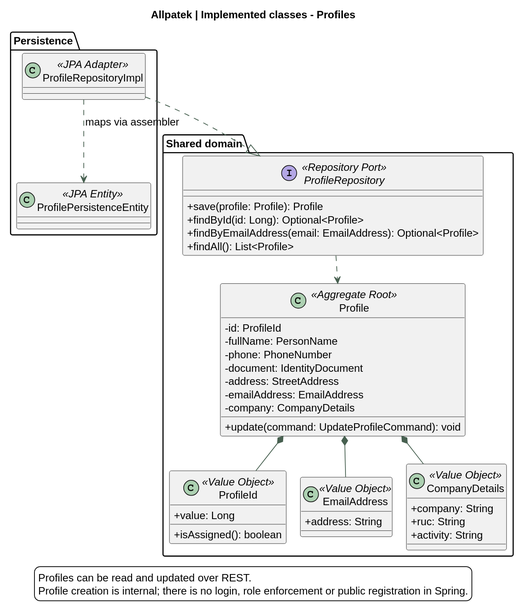
The PlantUML diagram assets/chapter-04/architecture/08-classes-users.svg in upc-pre-202620-1asi0729-7753-Terranova/allpatek-report, before a commit.
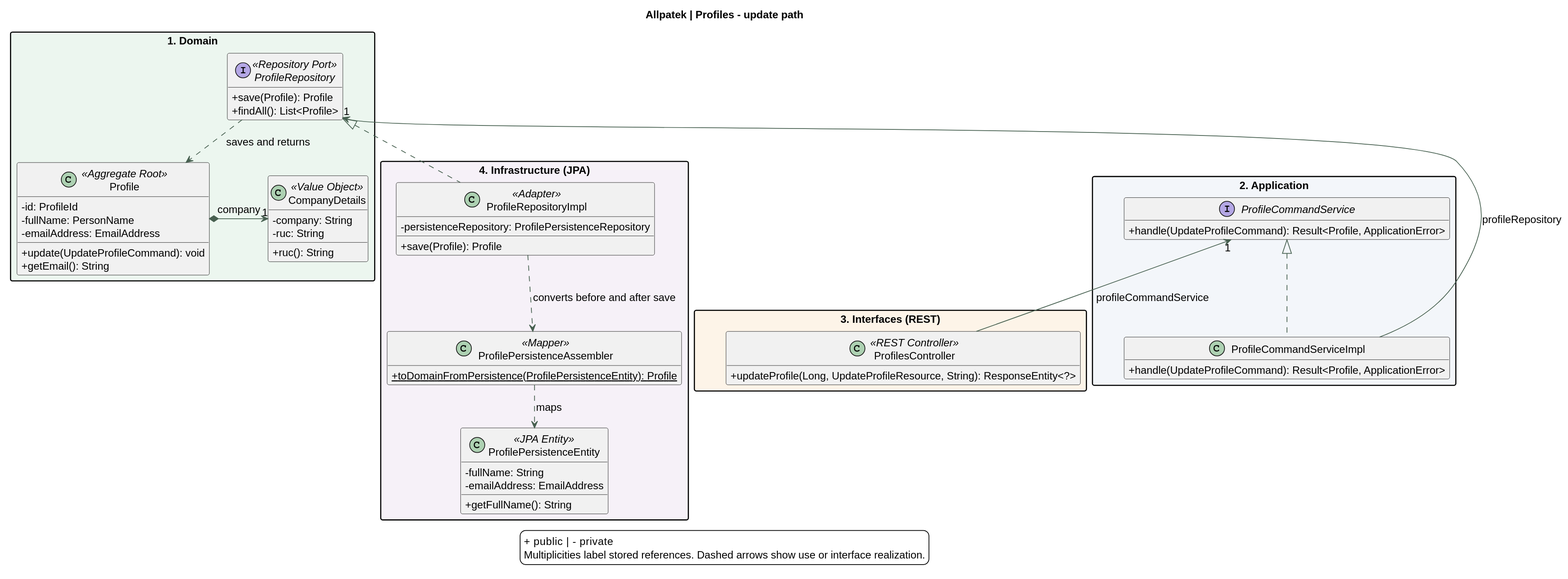
After the change.

Commit message:
docs(uml): trace profiles classes across the API and webapp

The edit, as a diff of the source:
```diff
@@ -6,60 +6,70 @@
 skinparam shadowing false
 skinparam classAttributeIconSize 0
 skinparam ArrowColor #476050
+skinparam packageStyle rectangle
 skinparam dpi 140
-title Allpatek | Implemented classes - Profiles
+hide empty members
 top to bottom direction
+title Allpatek | Profiles - update path
 
-package "Shared domain" {
+package "1. Domain" as Domain #ECF6EF {
   class Profile <<Aggregate Root>> {
     -id: ProfileId
     -fullName: PersonName
-    -phone: PhoneNumber
-    -document: IdentityDocument
-    -address: StreetAddress
     -emailAddress: EmailAddress
-    -company: CompanyDetails
-    +update(command: UpdateProfileCommand): void
+    +update(UpdateProfileCommand): void
+    +getEmail(): String
   }
-
-  class ProfileId <<Value Object>> {
-    +value: Long
-    +isAssigned(): boolean
+  class CompanyDetails <<Value Object>> {
+    -company: String
+    -ruc: String
+    +ruc(): String
   }
-
-  class EmailAddress <<Value Object>> {
-    +address: String
-  }
-
-  class CompanyDetails <<Value Object>> {
-    +company: String
-    +ruc: String
-    +activity: String
-  }
-
   interface ProfileRepository <<Repository Port>> {
-    +save(profile: Profile): Profile
-    +findById(id: Long): Optional<Profile>
-    +findByEmailAddress(email: EmailAddress): Optional<Profile>
+    +save(Profile): Profile
     +findAll(): List<Profile>
   }
-
-  Profile *-- ProfileId
-  Profile *-- EmailAddress
-  Profile *-- CompanyDetails
-  ProfileRepository ..> Profile
+  Profile *-right-> "1" CompanyDetails : company
+  ProfileRepository ..> Profile : saves and returns
 }
-
-package "Persistence" {
-  class ProfileRepositoryImpl <<JPA Adapter>>
-  class ProfilePersistenceEntity <<JPA Entity>>
-
-  ProfileRepositoryImpl ..> ProfilePersistenceEntity : maps via assembler
+package "2. Application" as Application #F3F6FA {
+  interface ProfileCommandService {
+    +handle(UpdateProfileCommand): Result<Profile, ApplicationError>
+  }
+  class ProfileCommandServiceImpl {
+    +handle(UpdateProfileCommand): Result<Profile, ApplicationError>
+  }
+  ProfileCommandService <|.. ProfileCommandServiceImpl
 }
-ProfileRepositoryImpl ..|> ProfileRepository
+package "3. Interfaces (REST)" as Interfaces #FDF4E8 {
+  class ProfilesController <<REST Controller>> {
+    +updateProfile(Long, UpdateProfileResource, String): ResponseEntity<?>
+  }
+}
+package "4. Infrastructure (JPA)" as Infrastructure #F6F1F8 {
+  class ProfileRepositoryImpl <<Adapter>> {
+    -persistenceRepository: ProfilePersistenceRepository
+    +save(Profile): Profile
+  }
+  class ProfilePersistenceAssembler <<Mapper>> {
+    {static} +toDomainFromPersistence(ProfilePersistenceEntity): Profile
+  }
+  class ProfilePersistenceEntity <<JPA Entity>> {
+    -fullName: String
+    -emailAddress: EmailAddress
+    +getFullName(): String
+  }
+  ProfileRepositoryImpl ..> ProfilePersistenceAssembler : converts before and after save
+  ProfilePersistenceAssembler ..> ProfilePersistenceEntity : maps
+}
+ProfileRepository "1" <-- ProfileCommandServiceImpl : profileRepository
+ProfileRepository <|.. ProfileRepositoryImpl
+ProfileCommandService "1" <-- ProfilesController : profileCommandService
+Domain -[hidden]down-> Application
+Application -[hidden]down-> Interfaces
 
 legend bottom
-Profiles can be read and updated over REST.
-Profile creation is internal; there is no login, role enforcement or public registration in Spring.
++ public  |  - private
+Multiplicities label stored references. Dashed arrows show use or interface realization.
 endlegend
 @enduml
```
